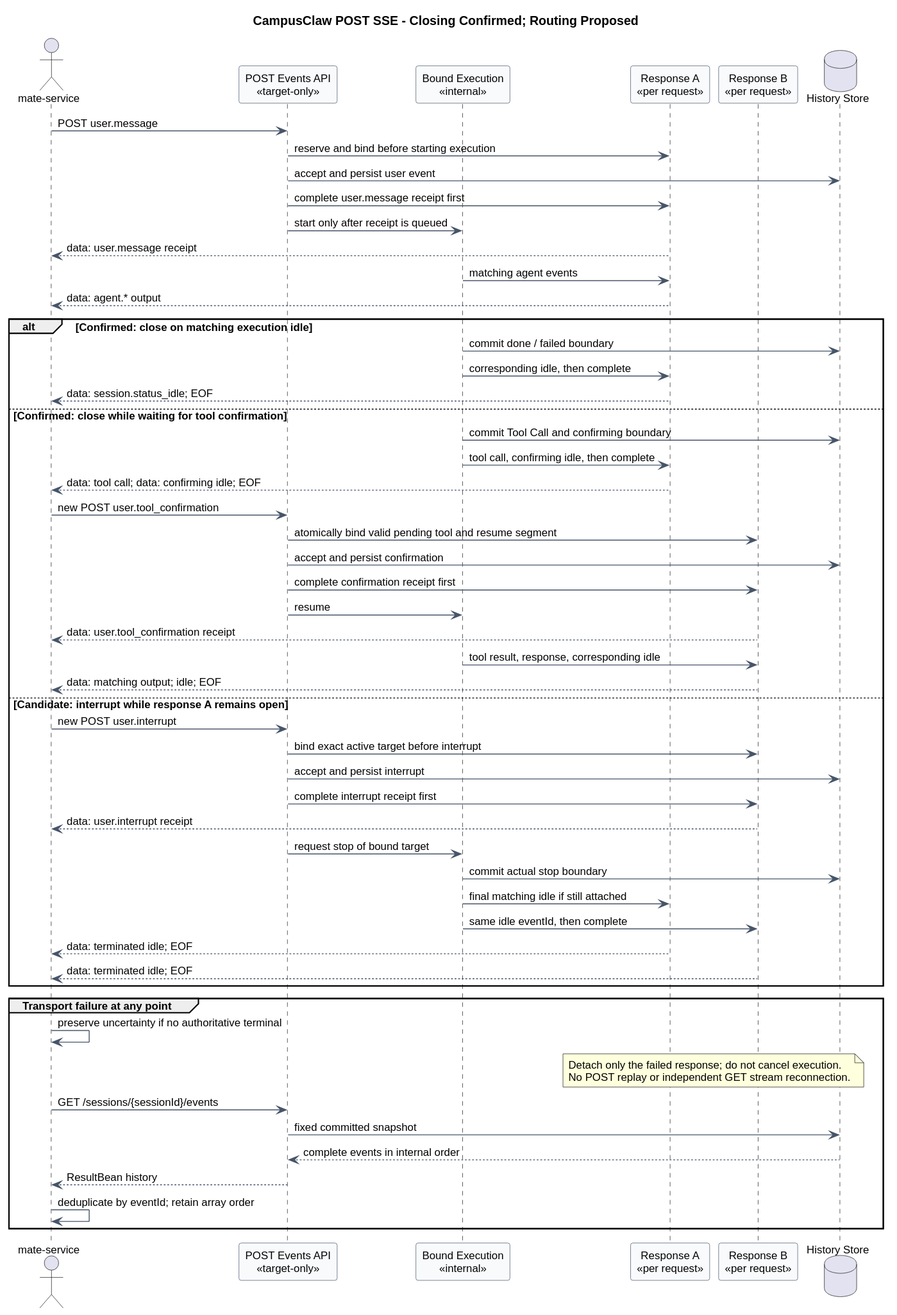
The PlantUML diagram 01-总体架构/01-CampusClaw多Agent运行时/设计图/事件接口重设计/target_session_live_stream_lifecycle.svg in ssm0808/pi-mono-java-design, before a commit.
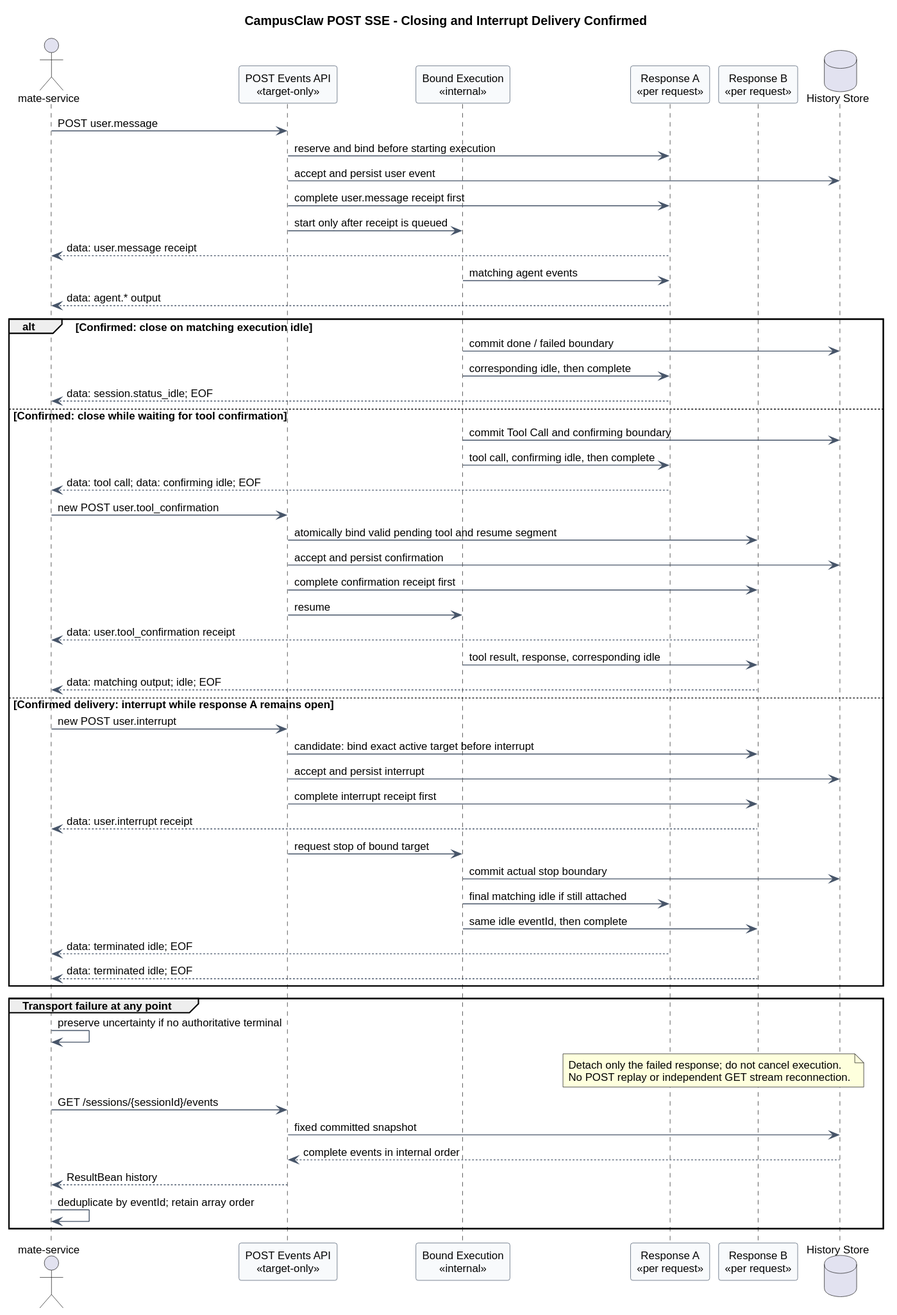
The same diagram one commit later.

The edit, as a diff of the source:
```diff
@@ -1,5 +1,5 @@
 @startuml
-title CampusClaw POST SSE - Closing Confirmed; Routing Proposed
+title CampusClaw POST SSE - Closing and Interrupt Delivery Confirmed
 skinparam backgroundColor #FFFFFF
 skinparam shadowing false
 skinparam defaultFontName Arial
@@ -41,9 +41,9 @@
   B --> Client : data: user.tool_confirmation receipt
   Execution -> B : tool result, response, corresponding idle
   B --> Client : data: matching output; idle; EOF
-else Candidate: interrupt while response A remains open
+else Confirmed delivery: interrupt while response A remains open
   Client -> API : new POST user.interrupt
-  API -> B : bind exact active target before interrupt
+  API -> B : candidate: bind exact active target before interrupt
   API -> Store : accept and persist interrupt
   API -> B : complete interrupt receipt first
   B --> Client : data: user.interrupt receipt
```
